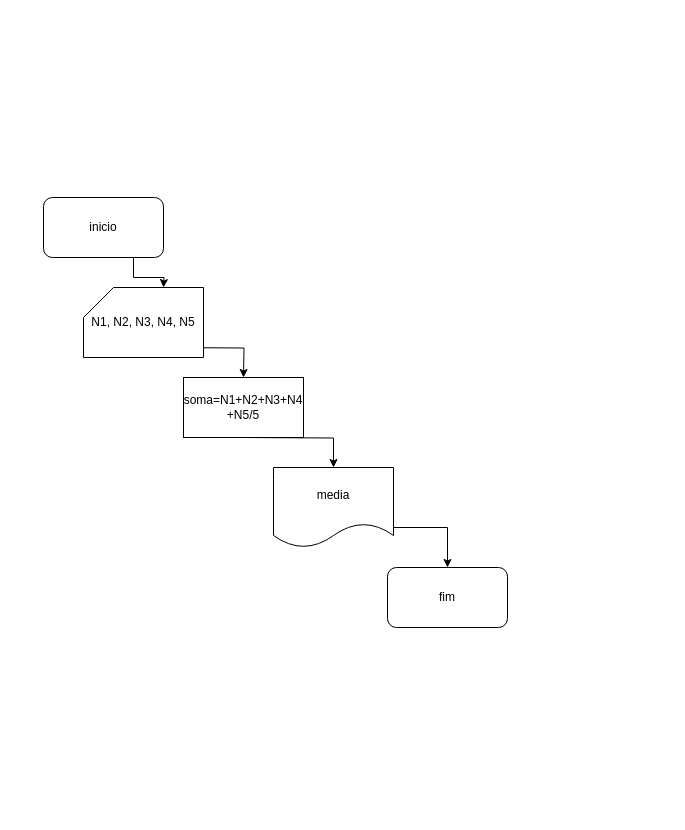
The draw.io diagram Diagrama sem nome.drawio in zWizhard/mdc118, before the edit. Source tidied: cells renumbered, new cells numbered last; positions are measured from the earlier drawing's top-left corner, leaving out a move shared by most shapes. Both pictures are drawn from the tidied source at 100%, with x=0, y=0 at pixel (43, 197).
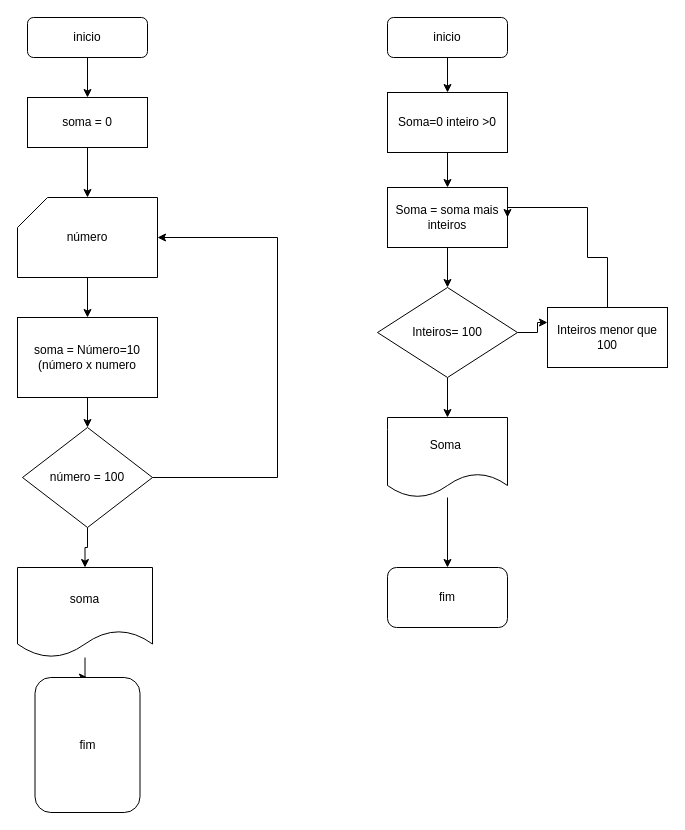
The same diagram, later.

Commit message:
passar a limpo

Diff of the diagram source:
```diff
@@
-    <mxCell id="0" />
-    <mxCell id="1" parent="0" />
-    <mxCell id="2" style="edgeStyle=orthogonalEdgeStyle;rounded=0;jettySize=auto;html=1;exitX=0.75;exitY=1;exitDx=0;exitDy=0;" parent="1" edge="1" source="3">
-      <mxGeometry relative="1" as="geometry">
-        <mxPoint x="120" y="90" as="targetPoint" />
-      </mxGeometry>
-    </mxCell>
-    <mxCell id="3" value="inicio" style="rounded=1;whiteSpace=wrap;html=1;" parent="1" vertex="1">
-      <mxGeometry width="120" height="60" as="geometry" />
-    </mxCell>
-    <mxCell id="4" style="edgeStyle=orthogonalEdgeStyle;rounded=0;orthogonalLoop=1;jettySize=auto;html=1;exitX=0.5;exitY=1;exitDx=0;exitDy=0;" parent="1" edge="1">
-      <mxGeometry relative="1" as="geometry">
-        <mxPoint x="120" y="150" as="sourcePoint" />
-        <mxPoint x="200" y="180" as="targetPoint" />
-      </mxGeometry>
-    </mxCell>
-    <mxCell id="5" style="edgeStyle=orthogonalEdgeStyle;rounded=0;jettySize=auto;html=1;exitX=0.5;exitY=1;exitDx=0;exitDy=0;entryX=0.5;entryY=0;entryDx=0;entryDy=0;" parent="1" edge="1" target="7">
-      <mxGeometry relative="1" as="geometry">
-        <mxPoint x="200" y="240" as="sourcePoint" />
-      </mxGeometry>
-    </mxCell>
-    <mxCell id="6" style="edgeStyle=orthogonalEdgeStyle;rounded=0;jettySize=auto;html=1;exitX=1;exitY=0.75;exitDx=0;exitDy=0;" parent="1" edge="1" source="7" target="8">
-      <mxGeometry relative="1" as="geometry" />
-    </mxCell>
-    <mxCell id="7" value="media" style="shape=document;whiteSpace=wrap;html=1;boundedLbl=1;" parent="1" vertex="1">
-      <mxGeometry x="230" y="270" width="120" height="80" as="geometry" />
-    </mxCell>
+    <mxCell id="11" />
+    <mxCell id="12" parent="11" />
+    <mxCell id="13" style="edgeStyle=orthogonalEdgeStyle;rounded=0;jettySize=auto;html=1;" parent="12" edge="1" source="14" target="30">
+      <mxGeometry relative="1" as="geometry" />
+    </mxCell>
+    <mxCell id="14" value="inicio" style="rounded=1;whiteSpace=wrap;html=1;fontSize=12;glass=0;strokeWidth=1;shadow=0;rotation=0;" parent="12" vertex="1">
+      <mxGeometry x="344" y="-180" width="120" height="40" as="geometry" />
+    </mxCell>
+    <mxCell id="15" style="edgeStyle=orthogonalEdgeStyle;rounded=0;jettySize=auto;html=1;entryX=0.5;entryY=0;entryDx=0;entryDy=0;entryPerimeter=0;" parent="12" edge="1" source="16" target="18">
+      <mxGeometry relative="1" as="geometry" />
+    </mxCell>
+    <mxCell id="16" value="soma = 0" style="rounded=0;whiteSpace=wrap;html=1;" parent="12" vertex="1">
+      <mxGeometry x="-16" y="-100" width="120" height="50" as="geometry" />
+    </mxCell>
+    <mxCell id="17" style="edgeStyle=orthogonalEdgeStyle;rounded=0;jettySize=auto;html=1;entryX=0.5;entryY=0;entryDx=0;entryDy=0;" parent="12" edge="1" source="18" target="20">
+      <mxGeometry relative="1" as="geometry" />
+    </mxCell>
+    <mxCell id="18" value="número" style="shape=card;whiteSpace=wrap;html=1;" parent="12" vertex="1">
+      <mxGeometry x="-26" width="140" height="80" as="geometry" />
+    </mxCell>
+    <mxCell id="19" style="edgeStyle=orthogonalEdgeStyle;rounded=0;jettySize=auto;html=1;" parent="12" edge="1" source="20" target="25">
+      <mxGeometry relative="1" as="geometry" />
+    </mxCell>
+    <mxCell id="20" value="soma = Número=10 (número x numero" style="rounded=0;whiteSpace=wrap;html=1;" parent="12" vertex="1">
+      <mxGeometry x="-26" y="120" width="140" height="80" as="geometry" />
+    </mxCell>
+    <mxCell id="21" style="edgeStyle=orthogonalEdgeStyle;rounded=0;jettySize=auto;html=1;entryX=0.5;entryY=0;entryDx=0;entryDy=0;" parent="12" edge="1" source="22" target="16">
+      <mxGeometry relative="1" as="geometry" />
+    </mxCell>
+    <mxCell id="22" value="inicio" style="rounded=1;whiteSpace=wrap;html=1;fontSize=12;glass=0;strokeWidth=1;shadow=0;" parent="12" vertex="1">
+      <mxGeometry x="-16" y="-180" width="120" height="40" as="geometry" />
+    </mxCell>
+    <mxCell id="23" style="edgeStyle=orthogonalEdgeStyle;rounded=0;jettySize=auto;html=1;entryX=0.5;entryY=0;entryDx=0;entryDy=0;" parent="12" edge="1" source="25" target="27">
+      <mxGeometry relative="1" as="geometry" />
+    </mxCell>
+    <mxCell id="24" style="edgeStyle=orthogonalEdgeStyle;rounded=0;jettySize=auto;html=1;" parent="12" edge="1" source="25" target="18">
+      <mxGeometry relative="1" as="geometry">
+        <Array as="points">
+          <mxPoint x="234" y="280" />
+          <mxPoint x="234" y="40" />
+        </Array>
+      </mxGeometry>
+    </mxCell>
+    <mxCell id="25" value="número = 100" style="rhombus;whiteSpace=wrap;html=1;" parent="12" vertex="1">
+      <mxGeometry x="-21" y="230" width="130" height="100" as="geometry" />
+    </mxCell>
+    <mxCell id="26" style="edgeStyle=orthogonalEdgeStyle;rounded=0;jettySize=auto;html=1;" parent="12" edge="1" source="27" target="28">
+      <mxGeometry relative="1" as="geometry" />
+    </mxCell>
+    <mxCell id="27" value="soma" style="shape=document;whiteSpace=wrap;html=1;boundedLbl=1;" parent="12" vertex="1">
+      <mxGeometry x="-26" y="370" width="135" height="90" as="geometry" />
+    </mxCell>
+    <mxCell id="28" value="fim" style="rounded=1;whiteSpace=wrap;html=1;direction=south;" parent="12" vertex="1">
+      <mxGeometry x="-8.5" y="480" width="105" height="135" as="geometry" />
+    </mxCell>
+    <mxCell id="29" style="edgeStyle=orthogonalEdgeStyle;rounded=0;jettySize=auto;html=1;entryX=0.5;entryY=0;entryDx=0;entryDy=0;" parent="12" edge="1" source="30" target="32">
+      <mxGeometry relative="1" as="geometry" />
+    </mxCell>
+    <mxCell id="30" value="Soma=0 inteiro &amp;gt;0" style="rounded=0;whiteSpace=wrap;html=1;" parent="12" vertex="1">
+      <mxGeometry x="344" y="-105" width="120" height="60" as="geometry" />
+    </mxCell>
+    <mxCell id="31" style="edgeStyle=orthogonalEdgeStyle;rounded=0;jettySize=auto;html=1;" parent="12" edge="1" source="32" target="35">
+      <mxGeometry relative="1" as="geometry" />
+    </mxCell>
+    <mxCell id="32" value="Soma = soma mais inteiros" style="rounded=0;whiteSpace=wrap;html=1;" parent="12" vertex="1">
+      <mxGeometry x="344" y="-10" width="120" height="60" as="geometry" />
+    </mxCell>
+    <mxCell id="33" style="edgeStyle=orthogonalEdgeStyle;rounded=0;jettySize=auto;html=1;entryX=0.5;entryY=0;entryDx=0;entryDy=0;" parent="12" edge="1" source="35" target="39">
+      <mxGeometry relative="1" as="geometry" />
+    </mxCell>
+    <mxCell id="34" style="edgeStyle=orthogonalEdgeStyle;rounded=0;jettySize=auto;html=1;entryX=0;entryY=0.25;entryDx=0;entryDy=0;" parent="12" edge="1" source="35" target="37">
+      <mxGeometry relative="1" as="geometry" />
+    </mxCell>
+    <mxCell id="35" value="Inteiros= 100" style="rhombus;whiteSpace=wrap;html=1;" parent="12" vertex="1">
+      <mxGeometry x="334" y="90" width="140" height="90" as="geometry" />
+    </mxCell>
+    <mxCell id="36" style="edgeStyle=orthogonalEdgeStyle;rounded=0;jettySize=auto;html=1;entryX=1;entryY=0.5;entryDx=0;entryDy=0;" parent="12" edge="1" source="37" target="32">
+      <mxGeometry relative="1" as="geometry">
+        <Array as="points">
+          <mxPoint x="564" y="60" />
+          <mxPoint x="544" y="60" />
+          <mxPoint x="544" y="10" />
+          <mxPoint x="464" y="10" />
+        </Array>
+      </mxGeometry>
+    </mxCell>
+    <mxCell id="37" value="Inteiros menor que 100" style="rounded=0;whiteSpace=wrap;html=1;" parent="12" vertex="1">
+      <mxGeometry x="504" y="110" width="120" height="60" as="geometry" />
+    </mxCell>
+    <mxCell id="38" style="edgeStyle=orthogonalEdgeStyle;rounded=0;jettySize=auto;html=1;entryX=0.5;entryY=0;entryDx=0;entryDy=0;" parent="12" edge="1" source="39" target="8">
+      <mxGeometry relative="1" as="geometry" />
+    </mxCell>
+    <mxCell id="39" value="Soma&amp;nbsp;" style="shape=document;whiteSpace=wrap;html=1;boundedLbl=1;" parent="12" vertex="1">
+      <mxGeometry x="344" y="220" width="120" height="80" as="geometry" />
+    </mxCell>
-    <mxCell id="8" value="fim" style="rounded=1;whiteSpace=wrap;html=1;" parent="1" vertex="1">
+    <mxCell id="8" value="fim" style="rounded=1;whiteSpace=wrap;html=1;" parent="12" vertex="1">
       <mxGeometry x="344" y="370" width="120" height="60" as="geometry" />
     </mxCell>
-    <mxCell id="9" value="soma=N1+N2+N3+N4&lt;br&gt;+N5/5" style="rounded=0;whiteSpace=wrap;html=1;" parent="1" vertex="1">
-      <mxGeometry x="140" y="180" width="120" height="60" as="geometry" />
-    </mxCell>
-    <mxCell id="10" value="N1, N2, N3, N4, N5" style="shape=card;whiteSpace=wrap;html=1;" parent="1" vertex="1">
-      <mxGeometry x="40" y="90" width="120" height="70" as="geometry" />
-    </mxCell>
```
